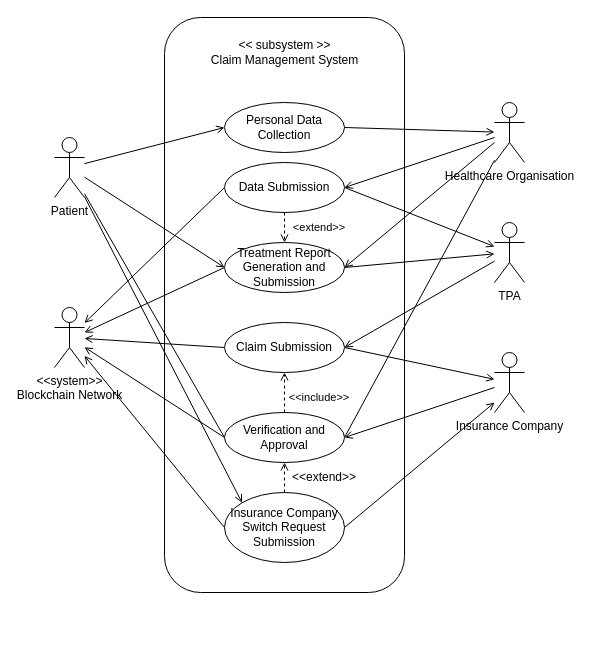
Earlier version of the draw.io diagram Untitled Diagram.drawio (jkt10125/healthcare-claim-processing-system). Source tidied: cells renumbered, new cells numbered last; positions are measured from the earlier drawing's top-left corner, leaving out a move shared by most shapes. Both pictures are drawn from the tidied source at 100%, with x=0, y=0 at pixel (54, 17).
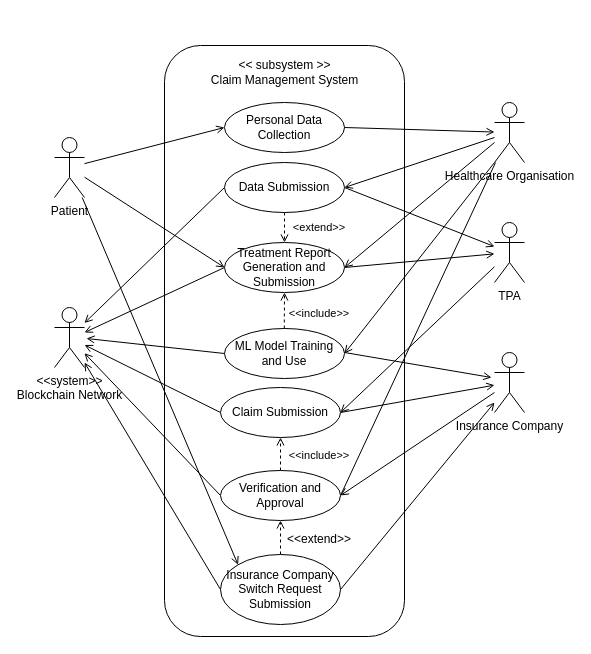
Above is the later version.

Unchanged cells that the change refers to:
```xml
<mxCell id="2" value="&lt;div&gt;Patient&lt;/div&gt;" style="shape=umlActor;verticalLabelPosition=bottom;verticalAlign=top;html=1;outlineConnect=0;" parent="1" vertex="1">
  <mxGeometry y="120" width="30" height="60" as="geometry" />
</mxCell>
<mxCell id="6" value="Healthcare Organisation" style="shape=umlActor;verticalLabelPosition=bottom;verticalAlign=top;html=1;outlineConnect=0;" parent="1" vertex="1">
  <mxGeometry x="440" y="85" width="30" height="60" as="geometry" />
</mxCell>
<mxCell id="20" value="Treatment Report Generation and Submission" style="ellipse;whiteSpace=wrap;html=1;" parent="1" vertex="1">
  <mxGeometry x="170" y="225" width="120" height="50" as="geometry" />
</mxCell>
```

The edit, as a diff of the source:
```diff
@@
     <mxCell id="4" style="rounded=1;whiteSpace=wrap;html=1;" parent="1" vertex="1">
-      <mxGeometry x="110" width="240" height="575" as="geometry" />
+      <mxGeometry x="110" y="28" width="240" height="591" as="geometry" />
     </mxCell>
     <mxCell id="5" value="&lt;div&gt;&amp;lt;&amp;lt; subsystem &amp;gt;&amp;gt;&lt;/div&gt;&lt;div&gt;Claim Management System&lt;br&gt;&lt;/div&gt;" style="text;html=1;align=center;verticalAlign=middle;strokeColor=none;fillColor=none;" parent="1" vertex="1">
-      <mxGeometry x="145" y="15" width="170" height="40" as="geometry" />
+      <mxGeometry x="145" y="35" width="170" height="40" as="geometry" />
     </mxCell>
@@
     <mxCell id="24" value="Claim Submission" style="ellipse;whiteSpace=wrap;html=1;" parent="1" vertex="1">
-      <mxGeometry x="170" y="305" width="120" height="50" as="geometry" />
+      <mxGeometry x="166" y="370" width="120" height="50" as="geometry" />
     </mxCell>
@@
-    <mxCell id="29" style="edgeStyle=none;shape=connector;rounded=0;jettySize=auto;html=1;strokeColor=default;align=center;verticalAlign=middle;fontFamily=Helvetica;fontSize=11;fontColor=default;labelBackgroundColor=default;endArrow=none;endFill=0;exitX=0;exitY=0.5;exitDx=0;exitDy=0;" parent="1" edge="1" source="30" target="2">
-      <mxGeometry relative="1" as="geometry" />
-    </mxCell>
     <mxCell id="30" value="Verification and Approval" style="ellipse;whiteSpace=wrap;html=1;" parent="1" vertex="1">
-      <mxGeometry x="170" y="395" width="120" height="50" as="geometry" />
+      <mxGeometry x="166" y="453" width="120" height="50" as="geometry" />
     </mxCell>
@@
     <mxCell id="32" value="&amp;lt;&amp;lt;include&amp;gt;&amp;gt;" style="text;strokeColor=none;align=center;fillColor=none;html=1;verticalAlign=middle;whiteSpace=wrap;rounded=0;fontFamily=Helvetica;fontSize=11;fontColor=default;labelBackgroundColor=default;" parent="1" vertex="1">
-      <mxGeometry x="235" y="365" width="60" height="30" as="geometry" />
+      <mxGeometry x="235" y="423" width="60" height="30" as="geometry" />
     </mxCell>
@@
     <mxCell id="37" value="Insurance Company Switch Request Submission" style="ellipse;whiteSpace=wrap;html=1;" parent="1" vertex="1">
-      <mxGeometry x="170" y="475" width="120" height="70" as="geometry" />
+      <mxGeometry x="166" y="537" width="120" height="70" as="geometry" />
     </mxCell>
@@
     <mxCell id="39" value="&amp;lt;&amp;lt;extend&amp;gt;&amp;gt;" style="text;strokeColor=none;align=center;fillColor=none;html=1;verticalAlign=middle;whiteSpace=wrap;rounded=0;" parent="1" vertex="1">
-      <mxGeometry x="240" y="445" width="60" height="30" as="geometry" />
+      <mxGeometry x="235" y="507" width="60" height="30" as="geometry" />
     </mxCell>
+    <mxCell id="40" value="ML Model Training and Use" style="ellipse;whiteSpace=wrap;html=1;" parent="1" vertex="1">
+      <mxGeometry x="170" y="311" width="120" height="50" as="geometry" />
+    </mxCell>
+    <mxCell id="41" style="edgeStyle=none;shape=connector;rounded=0;jettySize=auto;html=1;exitX=0.5;exitY=0;exitDx=0;exitDy=0;entryX=0.5;entryY=1;entryDx=0;entryDy=0;strokeColor=default;align=center;verticalAlign=middle;fontFamily=Helvetica;fontSize=11;fontColor=default;labelBackgroundColor=default;endArrow=open;endFill=0;dashed=1;" parent="1" edge="1" target="20">
+      <mxGeometry relative="1" as="geometry">
+        <mxPoint x="229.8" y="311" as="sourcePoint" />
+      </mxGeometry>
+    </mxCell>
+    <mxCell id="42" value="&amp;lt;&amp;lt;include&amp;gt;&amp;gt;" style="text;strokeColor=none;align=center;fillColor=none;html=1;verticalAlign=middle;whiteSpace=wrap;rounded=0;fontFamily=Helvetica;fontSize=11;fontColor=default;labelBackgroundColor=default;" parent="1" vertex="1">
+      <mxGeometry x="235" y="281" width="60" height="30" as="geometry" />
+    </mxCell>
+    <mxCell id="43" style="edgeStyle=none;shape=connector;rounded=0;jettySize=auto;html=1;exitX=0;exitY=1;exitDx=0;exitDy=0;strokeColor=default;align=center;verticalAlign=middle;fontFamily=Helvetica;fontSize=11;fontColor=default;labelBackgroundColor=default;endArrow=open;endFill=0;entryX=1;entryY=0.5;entryDx=0;entryDy=0;exitPerimeter=0;" parent="1" edge="1" source="6" target="40">
+      <mxGeometry relative="1" as="geometry" />
+    </mxCell>
+    <mxCell id="44" style="edgeStyle=none;shape=connector;rounded=0;orthogonalLoop=1;jettySize=auto;html=1;exitX=1;exitY=0.5;exitDx=0;exitDy=0;strokeColor=default;align=center;verticalAlign=middle;fontFamily=Helvetica;fontSize=11;fontColor=default;labelBackgroundColor=default;endArrow=open;endFill=0;" parent="1" edge="1">
+      <mxGeometry relative="1" as="geometry">
+        <mxPoint x="290" y="335" as="sourcePoint" />
+        <mxPoint x="437" y="360" as="targetPoint" />
+      </mxGeometry>
+    </mxCell>
+    <mxCell id="45" style="edgeStyle=none;shape=connector;rounded=0;jettySize=auto;html=1;exitX=0;exitY=0.5;exitDx=0;exitDy=0;strokeColor=default;align=center;verticalAlign=middle;fontFamily=Helvetica;fontSize=11;fontColor=default;labelBackgroundColor=default;endArrow=open;endFill=0;" parent="1" edge="1" source="40">
+      <mxGeometry relative="1" as="geometry">
+        <mxPoint x="32" y="321" as="targetPoint" />
+      </mxGeometry>
+    </mxCell>
```
